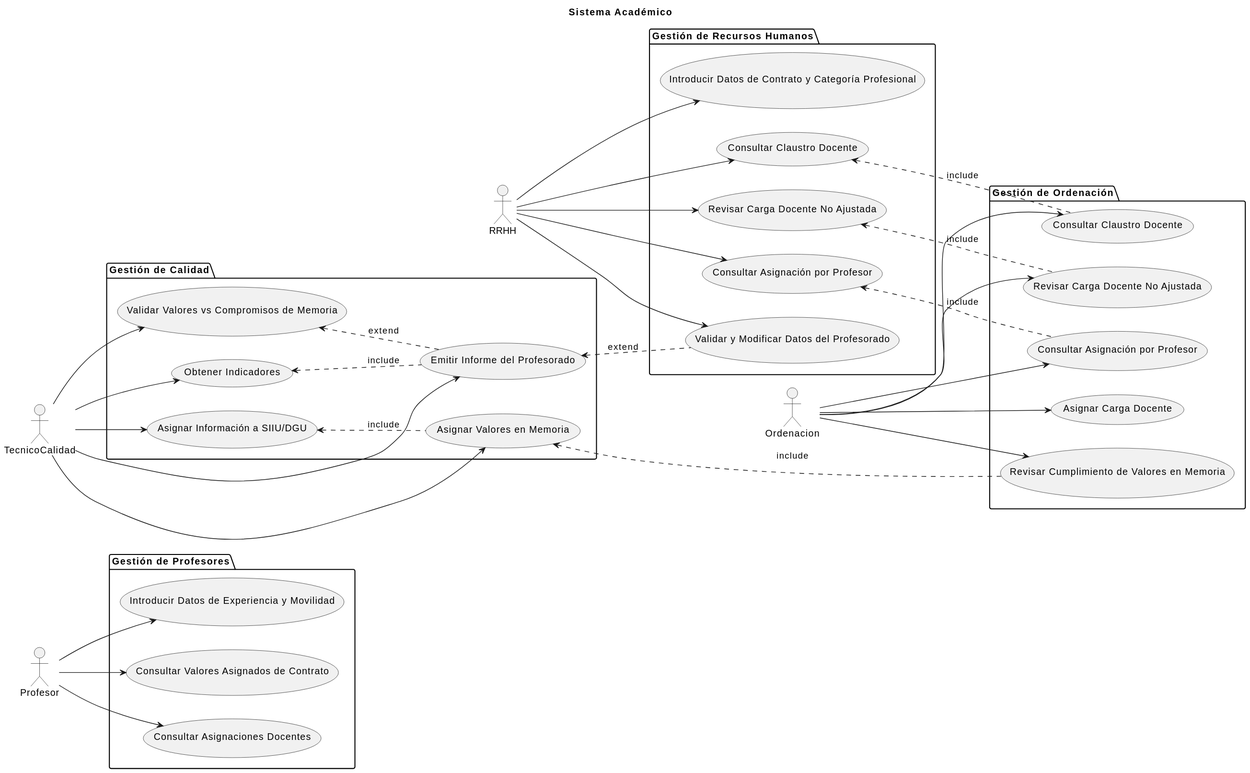
mmasias/24-25-IdSw1-SDR keeps this PlantUML diagram as images/modelosUML/CdU/EstructurarCasosDeUso/esquema.svg. Above is the earlier version.
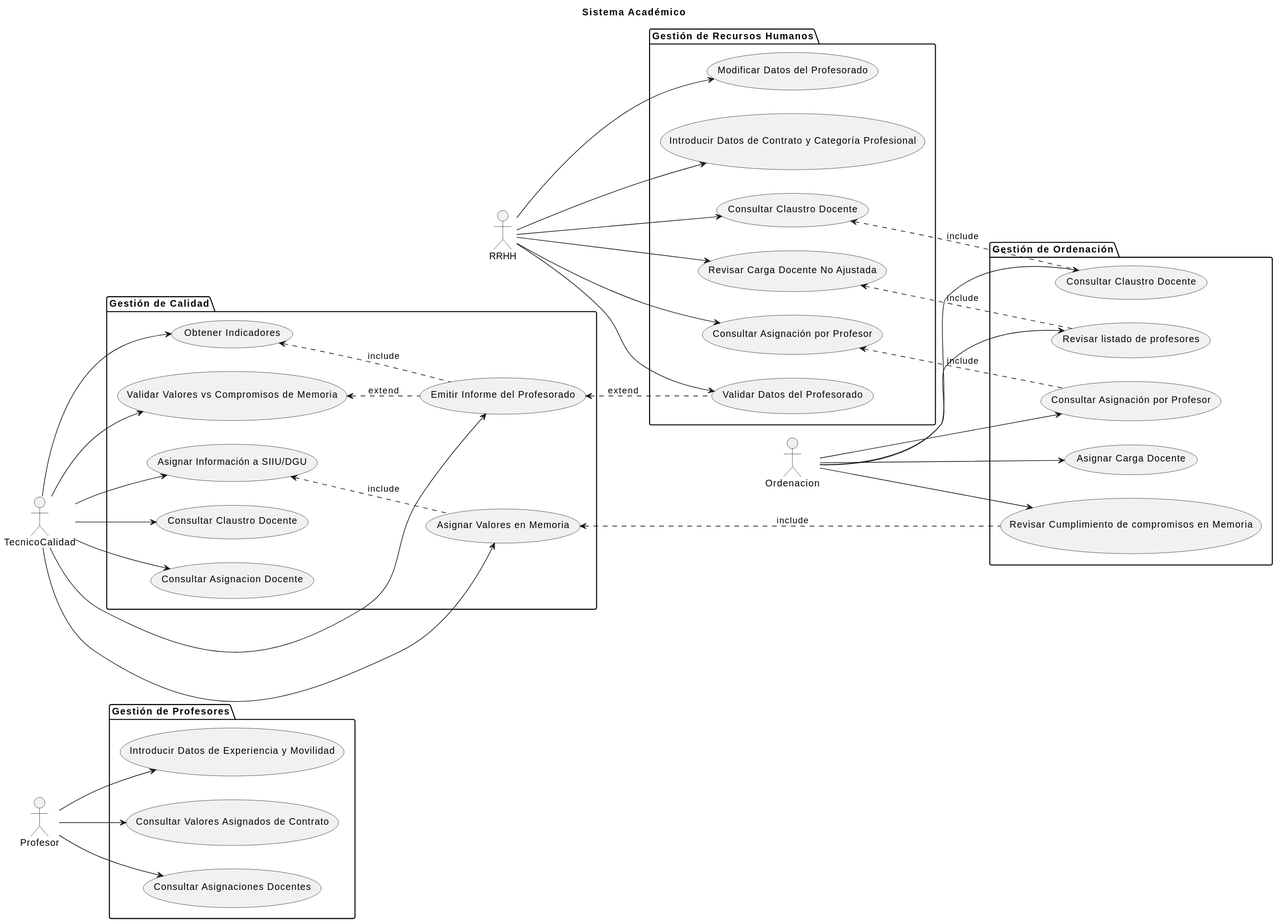
After the change.

Diff of the diagram source:
```diff
@@ -10,7 +10,8 @@
 }
 
 package "Gestión de Recursos Humanos" {
-    usecase "Validar y Modificar Datos del Profesorado" as ValidarDatosRRHH
+    usecase "Validar Datos del Profesorado" as ValidarDatosRRHH
+    usecase "Modificar Datos del Profesorado" as ModificarDatosRRHH
     usecase "Introducir Datos de Contrato y Categoría Profesional" as IntroducirContrato
     usecase "Revisar Carga Docente No Ajustada" as RevisarCargaRRHH
     usecase "Consultar Claustro Docente" as ConsultarClaustroRRHH
@@ -21,16 +22,19 @@
     usecase "Asignar Carga Docente" as AsignarCargaOrdenacion
     usecase "Consultar Claustro Docente" as ConsultarClaustroOrdenacion
     usecase "Consultar Asignación por Profesor" as ConsultarAsignacionOrdenacion
-    usecase "Revisar Carga Docente No Ajustada" as RevisarCargaOrdenacion
-    usecase "Revisar Cumplimiento de Valores en Memoria" as RevisarMemoria
+    usecase "Revisar listado de profesores" as RevisarCargaOrdenacion
+    usecase "Revisar Cumplimiento de compromisos en Memoria" as RevisarMemoria
 }
 
 package "Gestión de Calidad" {
+    usecase "Consultar Claustro Docente" as ConsultarClaustroCalidad
+    usecase "Consultar Asignacion Docente" as ConsultarAsignacionCalidad
     usecase "Asignar Valores en Memoria" as AsignarValoresMemoria
     usecase "Asignar Información a SIIU/DGU" as AsignarInformacion
     usecase "Validar Valores vs Compromisos de Memoria" as ValidarMemoria
     usecase "Obtener Indicadores" as ObtenerIndicadores
     usecase "Emitir Informe del Profesorado" as EmitirInforme
+
 }
 
 actor Profesor
@@ -43,6 +47,7 @@
 Profesor --> ConsultarAsignaciones
 
 RecursosHumanos --> ValidarDatosRRHH
+RecursosHumanos --> ModificarDatosRRHH
 RecursosHumanos --> IntroducirContrato
 RecursosHumanos --> RevisarCargaRRHH
 RecursosHumanos --> ConsultarClaustroRRHH
@@ -59,6 +64,8 @@
 Tecnico --> ValidarMemoria
 Tecnico --> ObtenerIndicadores
 Tecnico --> EmitirInforme
+Tecnico --> ConsultarClaustroCalidad
+Tecnico --> ConsultarAsignacionCalidad
 
 ConsultarClaustroRRHH <.. ConsultarClaustroOrdenacion : include
 ConsultarAsignacionRRHH <.. ConsultarAsignacionOrdenacion : include
```
